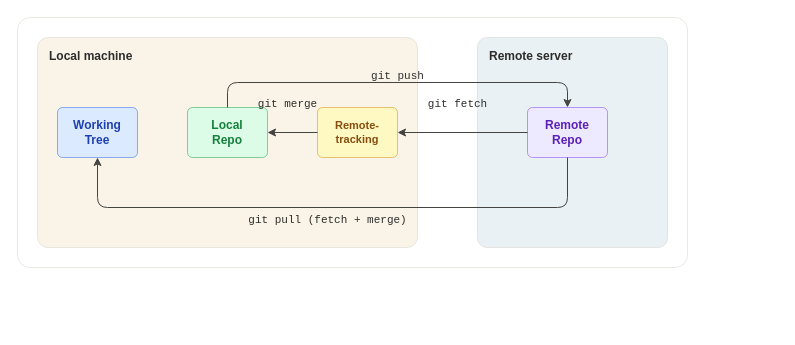
braboj/tutorial-git keeps this draw.io diagram as assets/drawio/git-remote-flow.drawio. Above is the earlier version. Source tidied: cells renumbered, new cells numbered last; positions are measured from the earlier drawing's top-left corner, leaving out a move shared by most shapes. Both pictures are drawn from the tidied source at 100%, with x=0, y=0 at pixel (17, 17).
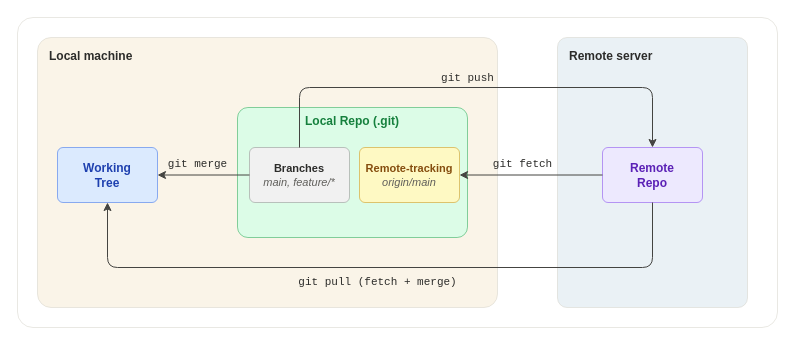
Above is the later version.

Commit message (it also covers changes not shown here):
docs: rewrite Remote Repositories chapter with zoom-in diagrams

Change to the diagram source:
```diff
@@
     <mxCell id="2" style="rounded=1;whiteSpace=wrap;html=1;fillColor=#FFFFFF;strokeColor=#D3D1C7;strokeWidth=0.5;shadow=0;arcSize=5;" parent="1" vertex="1">
-      <mxGeometry width="670" height="250" as="geometry" />
+      <mxGeometry width="760" height="310" as="geometry" />
     </mxCell>
     <mxCell id="3" style="rounded=1;whiteSpace=wrap;html=1;fillColor=#FAF4E8;strokeColor=#D3D1C7;strokeWidth=0.5;shadow=0;arcSize=5;" parent="1" vertex="1">
-      <mxGeometry x="20" y="20" width="380" height="210" as="geometry" />
+      <mxGeometry x="20" y="20" width="460" height="270" as="geometry" />
     </mxCell>
@@
     <mxCell id="5" style="rounded=1;whiteSpace=wrap;html=1;fillColor=#EAF1F5;strokeColor=#D3D1C7;strokeWidth=0.5;shadow=0;arcSize=5;" parent="1" vertex="1">
-      <mxGeometry x="460" y="20" width="190" height="210" as="geometry" />
+      <mxGeometry x="540" y="20" width="190" height="270" as="geometry" />
     </mxCell>
     <mxCell id="6" value="Remote server" style="text;html=1;strokeColor=none;fillColor=none;align=left;verticalAlign=top;fontSize=12;fontStyle=1;fontColor=#2C2C2A;fontFamily=Helvetica;" parent="1" vertex="1">
-      <mxGeometry x="470" y="25" width="120" height="20" as="geometry" />
+      <mxGeometry x="550" y="25" width="120" height="20" as="geometry" />
     </mxCell>
     <mxCell id="7" value="Working&lt;br&gt;Tree" style="rounded=1;whiteSpace=wrap;html=1;fillColor=#DBEAFE;strokeColor=#2563EB;strokeWidth=0.5;shadow=0;fontSize=12;fontStyle=1;fontColor=#1E40AF;fontFamily=Helvetica;verticalAlign=middle;align=center;arcSize=10;" parent="1" vertex="1">
-      <mxGeometry x="40" y="90" width="80" height="50" as="geometry" />
+      <mxGeometry x="40" y="130" width="100" height="55" as="geometry" />
     </mxCell>
-    <mxCell id="8" value="Local&lt;br&gt;Repo" style="rounded=1;whiteSpace=wrap;html=1;fillColor=#DCFCE7;strokeColor=#16A34A;strokeWidth=0.5;shadow=0;fontSize=12;fontStyle=1;fontColor=#15803D;fontFamily=Helvetica;verticalAlign=middle;align=center;arcSize=10;" parent="1" vertex="1">
-      <mxGeometry x="170" y="90" width="80" height="50" as="geometry" />
+    <mxCell id="8" value="Local Repo (.git)" style="rounded=1;whiteSpace=wrap;html=1;fillColor=#DCFCE7;strokeColor=#16A34A;strokeWidth=0.5;shadow=0;fontSize=12;fontStyle=1;fontColor=#15803D;fontFamily=Helvetica;verticalAlign=top;align=center;arcSize=8;" parent="1" vertex="1">
+      <mxGeometry x="220" y="90" width="230" height="130" as="geometry" />
     </mxCell>
+    <mxCell id="19" value="Branches&lt;br&gt;&lt;i style=&quot;font-weight:normal;color:#5F5E5A&quot;&gt;main, feature/*&lt;/i&gt;" style="rounded=1;whiteSpace=wrap;html=1;fillColor=#F1F1F1;strokeColor=#888888;strokeWidth=0.5;shadow=0;fontSize=11;fontStyle=1;fontColor=#2C2C2A;fontFamily=Helvetica;verticalAlign=middle;align=center;arcSize=10;" parent="1" vertex="1">
+      <mxGeometry x="232" y="130" width="100" height="55" as="geometry" />
+    </mxCell>
-    <mxCell id="9" value="Remote-&lt;br&gt;tracking" style="rounded=1;whiteSpace=wrap;html=1;fillColor=#FEF9C3;strokeColor=#CA8A04;strokeWidth=0.5;shadow=0;fontSize=11;fontStyle=1;fontColor=#854D0E;fontFamily=Helvetica;verticalAlign=middle;align=center;arcSize=10;" parent="1" vertex="1">
-      <mxGeometry x="300" y="90" width="80" height="50" as="geometry" />
+    <mxCell id="9" value="Remote-tracking&lt;br&gt;&lt;i style=&quot;font-weight:normal;color:#5F5E5A&quot;&gt;origin/main&lt;/i&gt;" style="rounded=1;whiteSpace=wrap;html=1;fillColor=#FEF9C3;strokeColor=#CA8A04;strokeWidth=0.5;shadow=0;fontSize=11;fontStyle=1;fontColor=#854D0E;fontFamily=Helvetica;verticalAlign=middle;align=center;arcSize=10;" parent="1" vertex="1">
+      <mxGeometry x="342" y="130" width="100" height="55" as="geometry" />
     </mxCell>
     <mxCell id="10" value="Remote&lt;br&gt;Repo" style="rounded=1;whiteSpace=wrap;html=1;fillColor=#EDE9FE;strokeColor=#7C3AED;strokeWidth=0.5;shadow=0;fontSize=12;fontStyle=1;fontColor=#5B21B6;fontFamily=Helvetica;verticalAlign=middle;align=center;arcSize=10;" parent="1" vertex="1">
-      <mxGeometry x="510" y="90" width="80" height="50" as="geometry" />
+      <mxGeometry x="585" y="130" width="100" height="55" as="geometry" />
     </mxCell>
-    <mxCell id="11" style="endArrow=classic;html=1;strokeColor=#444441;strokeWidth=1;endFill=1;endSize=6;" parent="1" edge="1" source="10" target="9">
+    <mxCell id="11" style="endArrow=classic;html=1;strokeColor=#444441;strokeWidth=1;endFill=1;endSize=6;exitX=0;exitY=0.5;exitDx=0;exitDy=0;entryX=1;entryY=0.5;entryDx=0;entryDy=0;" parent="1" edge="1" source="10" target="9">
       <mxGeometry relative="1" as="geometry" />
     </mxCell>
     <mxCell id="12" value="git fetch" style="text;html=1;strokeColor=none;fillColor=none;align=center;verticalAlign=bottom;fontSize=11;fontStyle=0;fontColor=#2C2C2A;fontFamily=Courier New;" parent="1" vertex="1">
-      <mxGeometry x="400" y="78" width="80" height="18" as="geometry" />
+      <mxGeometry x="465" y="138" width="80" height="18" as="geometry" />
     </mxCell>
+    <mxCell id="17" style="endArrow=classic;html=1;strokeColor=#444441;strokeWidth=1;endFill=1;endSize=6;exitX=0;exitY=0.5;exitDx=0;exitDy=0;entryX=1;entryY=0.5;entryDx=0;entryDy=0;" parent="1" edge="1" source="19" target="7">
+      <mxGeometry relative="1" as="geometry" />
+    </mxCell>
+    <mxCell id="18" value="git merge" style="text;html=1;strokeColor=none;fillColor=none;align=center;verticalAlign=bottom;fontSize=11;fontStyle=0;fontColor=#2C2C2A;fontFamily=Courier New;" parent="1" vertex="1">
+      <mxGeometry x="140" y="138" width="80" height="18" as="geometry" />
+    </mxCell>
+    <mxCell id="15" style="endArrow=classic;html=1;strokeColor=#444441;strokeWidth=1;endFill=1;endSize=6;edgeStyle=orthogonalEdgeStyle;exitX=0.5;exitY=0;exitDx=0;exitDy=0;entryX=0.5;entryY=0;entryDx=0;entryDy=0;" parent="1" edge="1" source="19" target="10">
+      <mxGeometry relative="1" as="geometry">
+        <Array as="points">
+          <mxPoint x="282" y="70" />
+          <mxPoint x="635" y="70" />
+        </Array>
+      </mxGeometry>
+    </mxCell>
+    <mxCell id="16" value="git push" style="text;html=1;strokeColor=none;fillColor=none;align=center;verticalAlign=bottom;fontSize=11;fontStyle=0;fontColor=#2C2C2A;fontFamily=Courier New;" parent="1" vertex="1">
+      <mxGeometry x="410" y="52" width="80" height="18" as="geometry" />
+    </mxCell>
     <mxCell id="13" style="endArrow=classic;html=1;strokeColor=#444441;strokeWidth=1;endFill=1;endSize=6;edgeStyle=orthogonalEdgeStyle;exitX=0.5;exitY=1;exitDx=0;exitDy=0;entryX=0.5;entryY=1;entryDx=0;entryDy=0;" parent="1" edge="1" source="10" target="7">
       <mxGeometry relative="1" as="geometry">
         <Array as="points">
-          <mxPoint x="550" y="190" />
-          <mxPoint x="80" y="190" />
+          <mxPoint x="635" y="250" />
+          <mxPoint x="90" y="250" />
         </Array>
       </mxGeometry>
     </mxCell>
     <mxCell id="14" value="git pull (fetch + merge)" style="text;html=1;strokeColor=none;fillColor=none;align=center;verticalAlign=top;fontSize=11;fontStyle=0;fontColor=#2C2C2A;fontFamily=Courier New;" parent="1" vertex="1">
-      <mxGeometry x="220" y="190" width="180" height="18" as="geometry" />
+      <mxGeometry x="270" y="252" width="180" height="18" as="geometry" />
     </mxCell>
-    <mxCell id="15" style="endArrow=classic;html=1;strokeColor=#444441;strokeWidth=1;endFill=1;endSize=6;edgeStyle=orthogonalEdgeStyle;exitX=0.5;exitY=0;exitDx=0;exitDy=0;entryX=0.5;entryY=0;entryDx=0;entryDy=0;" parent="1" edge="1" source="8" target="10">
-      <mxGeometry relative="1" as="geometry">
-        <Array as="points">
-          <mxPoint x="210" y="65" />
-          <mxPoint x="550" y="65" />
-        </Array>
-      </mxGeometry>
-    </mxCell>
-    <mxCell id="16" value="git push" style="text;html=1;strokeColor=none;fillColor=none;align=center;verticalAlign=bottom;fontSize=11;fontStyle=0;fontColor=#2C2C2A;fontFamily=Courier New;" parent="1" vertex="1">
-      <mxGeometry x="340" y="50" width="80" height="18" as="geometry" />
-    </mxCell>
-    <mxCell id="17" style="endArrow=classic;html=1;strokeColor=#444441;strokeWidth=1;endFill=1;endSize=6;" parent="1" edge="1" source="9" target="8">
-      <mxGeometry relative="1" as="geometry" />
-    </mxCell>
-    <mxCell id="18" value="git merge" style="text;html=1;strokeColor=none;fillColor=none;align=center;verticalAlign=bottom;fontSize=11;fontStyle=0;fontColor=#2C2C2A;fontFamily=Courier New;" parent="1" vertex="1">
-      <mxGeometry x="230" y="78" width="80" height="18" as="geometry" />
-    </mxCell>
```
